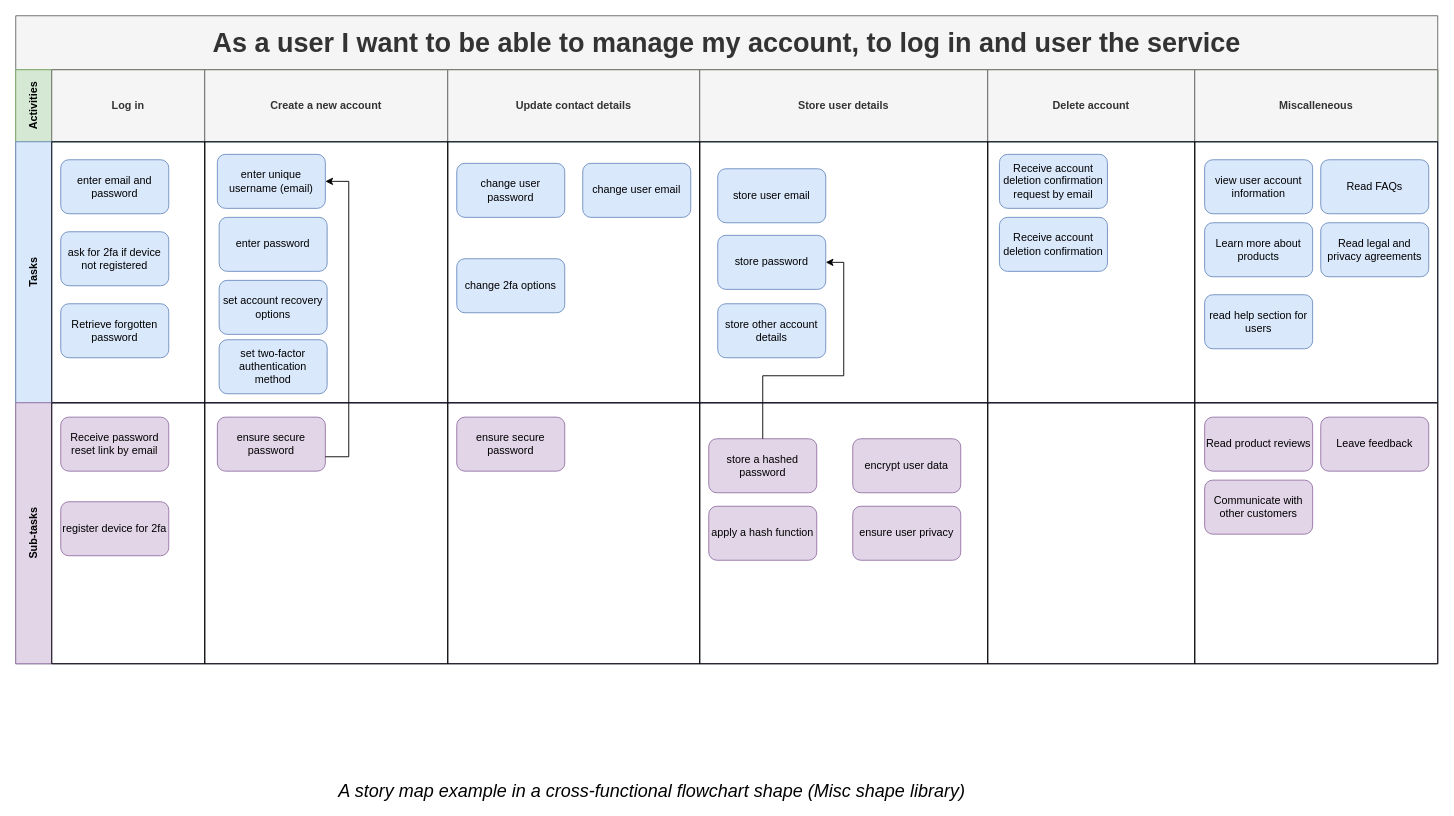
Before: Documentation/Project Diagrams/Story Maps/Manage Account Theme.drawio in ickeyben123/AR, a draw.io diagram. Source tidied: cells renumbered, new cells numbered last; positions are measured from the earlier drawing's top-left corner, leaving out a move shared by most shapes. Both pictures are drawn from the tidied source at 90%, with x=0, y=0 at pixel (15, 15).
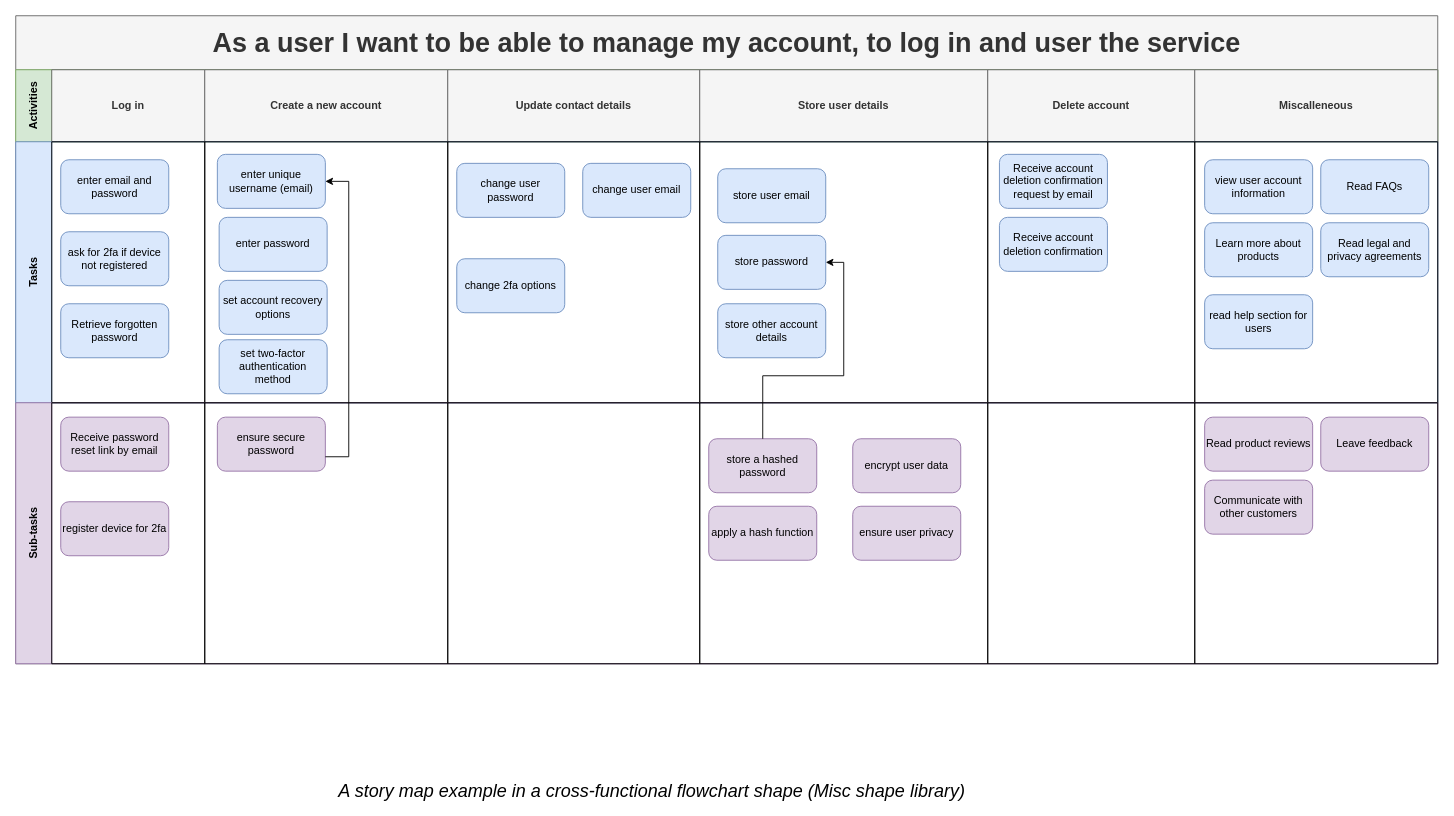
Above is the later version.

Unchanged cells that the change refers to:
```xml
<mxCell id="43" style="swimlane;startSize=0;html=1;whiteSpace=wrap;" parent="37" vertex="1">
  <mxGeometry x="480" width="280" height="290" as="geometry" />
</mxCell>
```

The edit, as a diff of the source:
```diff
@@
-    <mxCell id="44" value="ensure secure password" style="rounded=1;whiteSpace=wrap;html=1;strokeWidth=1;fillColor=#e1d5e7;strokeColor=#9673a6;" parent="43" vertex="1">
-      <mxGeometry x="10" y="16" width="120" height="60" as="geometry" />
-    </mxCell>
```
